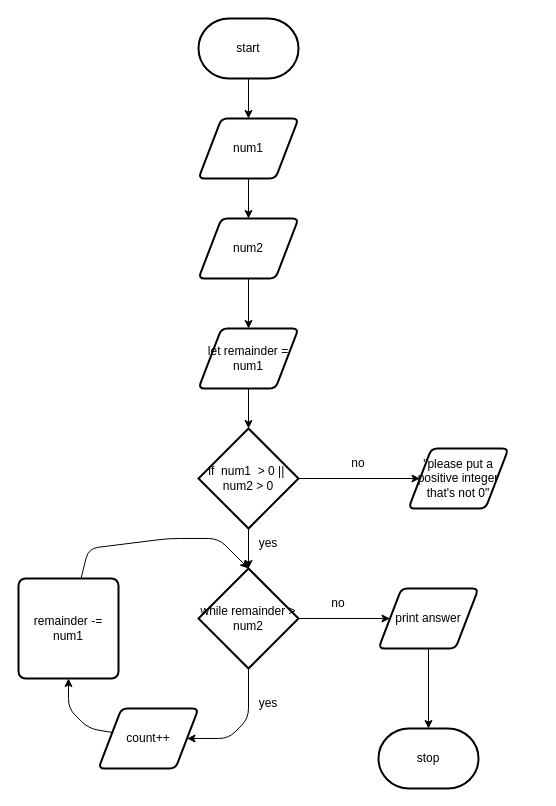
Earlier version of the draw.io diagram design/flowchart.drawio (sophie-nguyen-0/ICS2O-unit5-08-loops). Source tidied: cells renumbered, new cells numbered last; positions are measured from the earlier drawing's top-left corner, leaving out a move shared by most shapes. Both pictures are drawn from the tidied source at 100%, with x=0, y=0 at pixel (18, 18).
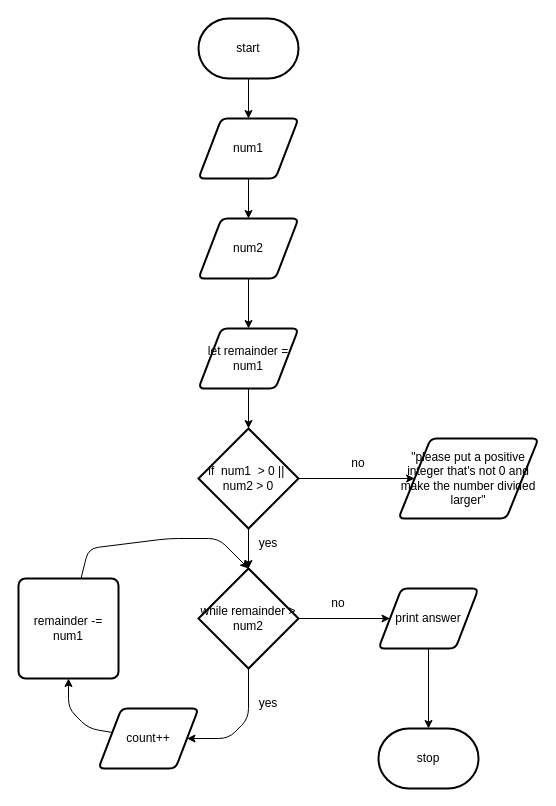
The same diagram, later.

Diff of the diagram source:
```diff
@@
-    <mxCell id="20" value="&quot;please put a positive integer that's not 0&quot;" style="shape=parallelogram;html=1;strokeWidth=2;perimeter=parallelogramPerimeter;whiteSpace=wrap;rounded=1;arcSize=12;size=0.23;" parent="1" vertex="1">
-      <mxGeometry x="390" y="430" width="100" height="60" as="geometry" />
+    <mxCell id="20" value="&quot;please put a positive integer that's not 0 and make the number divided larger&quot;" style="shape=parallelogram;html=1;strokeWidth=2;perimeter=parallelogramPerimeter;whiteSpace=wrap;rounded=1;arcSize=12;size=0.23;" parent="1" vertex="1">
+      <mxGeometry x="380" y="420" width="140" height="80" as="geometry" />
     </mxCell>
```
